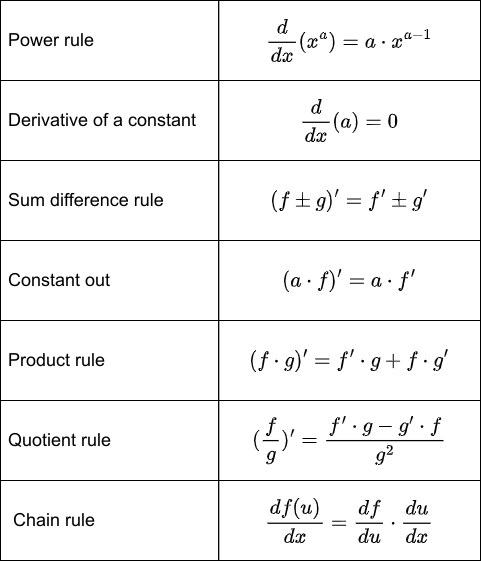
Earlier version of the draw.io export diagrams/derivative_rules.drawio.png (ryndovaira-org/data_science_lectures). Source tidied: cells renumbered, new cells last; positions are measured from the earlier drawing's top-left corner, leaving out a move shared by most shapes.
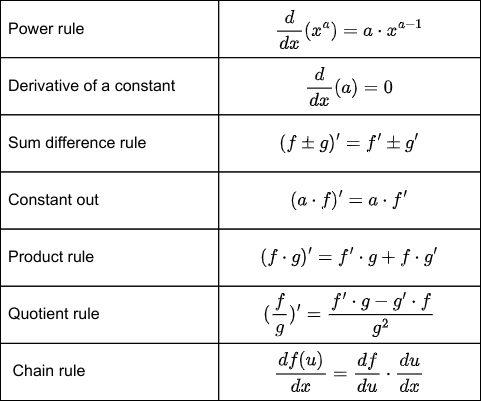
The same file after the commit.

Diff of the diagram source:
```diff
@@ -2,50 +2,50 @@
   <root>
     <mxCell id="0" />
     <mxCell id="1" parent="0" />
-    <mxCell id="2" style="group;" parent="1" vertex="1">
-      <mxGeometry width="480" height="560" as="geometry" />
+    <mxCell id="2" style="group;fontSize=16;" parent="1" vertex="1">
+      <mxGeometry width="480" height="400" as="geometry" />
     </mxCell>
-    <mxCell id="3" value="Power rule" style="rounded=0;whiteSpace=wrap;fillColor=none;fontSize=18;align=left;verticalAlign=middle;labelBorderColor=none;labelBackgroundColor=none;html=1;spacingLeft=6;" parent="2" vertex="1">
-      <mxGeometry width="218.2" height="80" as="geometry" />
+    <mxCell id="3" value="Power rule" style="rounded=0;whiteSpace=wrap;fillColor=none;fontSize=16;align=left;verticalAlign=middle;labelBorderColor=none;labelBackgroundColor=none;html=1;spacingLeft=6;" parent="2" vertex="1">
+      <mxGeometry width="218.2" height="57.1" as="geometry" />
     </mxCell>
-    <mxCell id="4" value="$$\frac{d}{dx}(x^a)=a\cdot x^{a-1}$$" style="rounded=0;whiteSpace=wrap;html=1;fillColor=none;fontSize=18;" parent="2" vertex="1">
-      <mxGeometry x="218.2" width="261.8" height="80" as="geometry" />
+    <mxCell id="4" value="$$\frac{d}{dx}(x^a)=a\cdot x^{a-1}$$" style="rounded=0;whiteSpace=wrap;html=1;fillColor=none;fontSize=16;" parent="2" vertex="1">
+      <mxGeometry x="218.2" width="261.8" height="57.1" as="geometry" />
     </mxCell>
-    <mxCell id="5" value="Derivative of a constant" style="rounded=0;whiteSpace=wrap;fillColor=none;fontSize=18;align=left;verticalAlign=middle;labelBorderColor=none;labelBackgroundColor=none;html=1;spacingLeft=6;" parent="2" vertex="1">
-      <mxGeometry y="80" width="218.2" height="80" as="geometry" />
+    <mxCell id="5" value="Derivative of a constant" style="rounded=0;whiteSpace=wrap;fillColor=none;fontSize=16;align=left;verticalAlign=middle;labelBorderColor=none;labelBackgroundColor=none;html=1;spacingLeft=6;" parent="2" vertex="1">
+      <mxGeometry y="57.1" width="218.2" height="57.1" as="geometry" />
     </mxCell>
-    <mxCell id="6" value="$$\frac{d}{dx}(a)=0$$" style="rounded=0;whiteSpace=wrap;html=1;fillColor=none;fontSize=18;" parent="2" vertex="1">
-      <mxGeometry x="218.2" y="80" width="261.8" height="80" as="geometry" />
+    <mxCell id="6" value="$$\frac{d}{dx}(a)=0$$" style="rounded=0;whiteSpace=wrap;html=1;fillColor=none;fontSize=16;" parent="2" vertex="1">
+      <mxGeometry x="218.2" y="57.1" width="261.8" height="57.1" as="geometry" />
     </mxCell>
-    <mxCell id="7" value="Sum difference rule" style="rounded=0;whiteSpace=wrap;fillColor=none;fontSize=18;align=left;verticalAlign=middle;labelBorderColor=none;labelBackgroundColor=none;html=1;spacingLeft=6;" parent="2" vertex="1">
-      <mxGeometry y="160" width="218.2" height="80" as="geometry" />
+    <mxCell id="7" value="Sum difference rule" style="rounded=0;whiteSpace=wrap;fillColor=none;fontSize=16;align=left;verticalAlign=middle;labelBorderColor=none;labelBackgroundColor=none;html=1;spacingLeft=6;" parent="2" vertex="1">
+      <mxGeometry y="114.3" width="218.2" height="57.1" as="geometry" />
     </mxCell>
-    <mxCell id="8" value="$$(f\pm g)'=f'\pm g'$$" style="rounded=0;whiteSpace=wrap;html=1;fillColor=none;fontSize=18;" parent="2" vertex="1">
-      <mxGeometry x="218.2" y="160" width="261.8" height="80" as="geometry" />
+    <mxCell id="8" value="$$(f\pm g)'=f'\pm g'$$" style="rounded=0;whiteSpace=wrap;html=1;fillColor=none;fontSize=16;" parent="2" vertex="1">
+      <mxGeometry x="218.2" y="114.3" width="261.8" height="57.1" as="geometry" />
     </mxCell>
-    <mxCell id="9" value="Constant out" style="rounded=0;whiteSpace=wrap;fillColor=none;fontSize=18;align=left;verticalAlign=middle;labelBorderColor=none;labelBackgroundColor=none;html=1;spacingLeft=6;" parent="2" vertex="1">
-      <mxGeometry y="240" width="218.2" height="80" as="geometry" />
+    <mxCell id="9" value="Constant out" style="rounded=0;whiteSpace=wrap;fillColor=none;fontSize=16;align=left;verticalAlign=middle;labelBorderColor=none;labelBackgroundColor=none;html=1;spacingLeft=6;" parent="2" vertex="1">
+      <mxGeometry y="171.4" width="218.2" height="57.1" as="geometry" />
     </mxCell>
-    <mxCell id="10" value="$$(a\cdot f)'=a\cdot f'$$" style="rounded=0;whiteSpace=wrap;html=1;fillColor=none;fontSize=18;" parent="2" vertex="1">
-      <mxGeometry x="218.2" y="240" width="261.8" height="80" as="geometry" />
+    <mxCell id="10" value="$$(a\cdot f)'=a\cdot f'$$" style="rounded=0;whiteSpace=wrap;html=1;fillColor=none;fontSize=16;" parent="2" vertex="1">
+      <mxGeometry x="218.2" y="171.4" width="261.8" height="57.1" as="geometry" />
     </mxCell>
-    <mxCell id="11" value="Product rule" style="rounded=0;whiteSpace=wrap;fillColor=none;fontSize=18;align=left;verticalAlign=middle;labelBorderColor=none;labelBackgroundColor=none;html=1;spacingLeft=6;" parent="2" vertex="1">
-      <mxGeometry y="320" width="218.2" height="80" as="geometry" />
+    <mxCell id="11" value="Product rule" style="rounded=0;whiteSpace=wrap;fillColor=none;fontSize=16;align=left;verticalAlign=middle;labelBorderColor=none;labelBackgroundColor=none;html=1;spacingLeft=6;" parent="2" vertex="1">
+      <mxGeometry y="228.6" width="218.2" height="57.1" as="geometry" />
     </mxCell>
-    <mxCell id="12" value="$$(f\cdot g)'=f'\cdot g+f\cdot g'$$" style="rounded=0;whiteSpace=wrap;html=1;fillColor=none;fontSize=18;" parent="2" vertex="1">
-      <mxGeometry x="218.2" y="320" width="261.8" height="80" as="geometry" />
+    <mxCell id="12" value="$$(f\cdot g)'=f'\cdot g+f\cdot g'$$" style="rounded=0;whiteSpace=wrap;html=1;fillColor=none;fontSize=16;" parent="2" vertex="1">
+      <mxGeometry x="218.2" y="228.6" width="261.8" height="57.1" as="geometry" />
     </mxCell>
-    <mxCell id="13" value="Quotient rule" style="rounded=0;whiteSpace=wrap;fillColor=none;fontSize=18;align=left;verticalAlign=middle;labelBorderColor=none;labelBackgroundColor=none;html=1;spacingLeft=6;" parent="2" vertex="1">
-      <mxGeometry y="400" width="218.2" height="80" as="geometry" />
+    <mxCell id="13" value="Quotient rule" style="rounded=0;whiteSpace=wrap;fillColor=none;fontSize=16;align=left;verticalAlign=middle;labelBorderColor=none;labelBackgroundColor=none;html=1;spacingLeft=6;" parent="2" vertex="1">
+      <mxGeometry y="285.7" width="218.2" height="57.1" as="geometry" />
     </mxCell>
-    <mxCell id="14" value="$$(\frac{f}{g})'=\frac{f'\cdot g-g'\cdot f}{g^2}$$" style="rounded=0;whiteSpace=wrap;html=1;fillColor=none;fontSize=18;" parent="2" vertex="1">
-      <mxGeometry x="218.2" y="400" width="261.8" height="80" as="geometry" />
+    <mxCell id="14" value="$$(\frac{f}{g})'=\frac{f'\cdot g-g'\cdot f}{g^2}$$" style="rounded=0;whiteSpace=wrap;html=1;fillColor=none;fontSize=16;" parent="2" vertex="1">
+      <mxGeometry x="218.2" y="285.7" width="261.8" height="57.1" as="geometry" />
     </mxCell>
-    <mxCell id="15" value="&amp;nbsp;Chain rule" style="rounded=0;whiteSpace=wrap;fillColor=none;fontSize=18;align=left;verticalAlign=middle;labelBorderColor=none;labelBackgroundColor=none;html=1;spacingLeft=6;" parent="2" vertex="1">
-      <mxGeometry y="480" width="218.2" height="80" as="geometry" />
+    <mxCell id="15" value="&amp;nbsp;Chain rule" style="rounded=0;whiteSpace=wrap;fillColor=none;fontSize=16;align=left;verticalAlign=middle;labelBorderColor=none;labelBackgroundColor=none;html=1;spacingLeft=6;" parent="2" vertex="1">
+      <mxGeometry y="342.9" width="218.2" height="57.1" as="geometry" />
     </mxCell>
-    <mxCell id="16" value="$$\frac{df(u)}{dx}=\frac{df}{du}\cdot \frac{du}{dx}$$" style="rounded=0;whiteSpace=wrap;html=1;fillColor=none;fontSize=18;" parent="2" vertex="1">
-      <mxGeometry x="218.2" y="480" width="261.8" height="80" as="geometry" />
+    <mxCell id="16" value="$$\frac{df(u)}{dx}=\frac{df}{du}\cdot \frac{du}{dx}$$" style="rounded=0;whiteSpace=wrap;html=1;fillColor=none;fontSize=16;" parent="2" vertex="1">
+      <mxGeometry x="218.2" y="342.9" width="261.8" height="57.1" as="geometry" />
     </mxCell>
   </root>
 </mxGraphModel>
```
